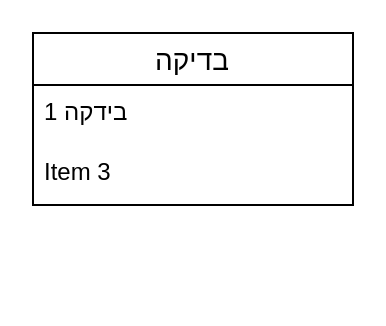
This is תרגיל בית 1 עד ה18.11/Solution_HW1.drawio from Kfir-G/DataBases-ERD_diagrams, a draw.io file, before an edit. Source tidied: cells renumbered, new cells numbered last; positions are measured from the earlier drawing's top-left corner, leaving out a move shared by most shapes. Both pictures are drawn from the tidied source at 200%, with x=0, y=0 at pixel (32, 32).
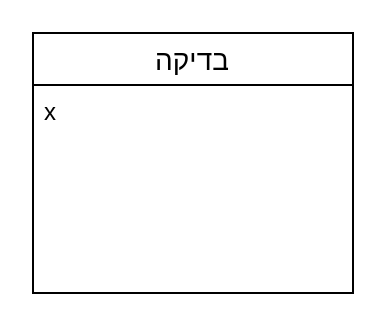
After the change.

Change to the diagram source:
```diff
@@
 <mxGraphModel>
   <root>
     <mxCell id="0" />
     <mxCell id="1" parent="0" />
     <mxCell id="2" value="בדיקה" style="swimlane;fontStyle=0;horizontal=1;startSize=26;align=center;fontSize=14;" parent="1" vertex="1">
-      <mxGeometry width="160" height="86" as="geometry" />
+      <mxGeometry width="160" height="130" as="geometry" />
     </mxCell>
-    <mxCell id="3" value="בידקה 1" style="text;strokeColor=none;fillColor=none;spacingLeft=4;spacingRight=4;overflow=hidden;fontSize=12;" parent="2" vertex="1">
-      <mxGeometry y="26" width="160" height="30" as="geometry" />
+    <mxCell id="3" value="x" style="text;strokeColor=none;fillColor=none;spacingLeft=4;spacingRight=4;overflow=hidden;fontSize=12;" parent="2" vertex="1">
+      <mxGeometry y="26" width="160" height="104" as="geometry" />
     </mxCell>
-    <mxCell id="4" value="Item 3" style="text;strokeColor=none;fillColor=none;spacingLeft=4;spacingRight=4;overflow=hidden;fontSize=12;" parent="2" vertex="1">
-      <mxGeometry y="56" width="160" height="30" as="geometry" />
-    </mxCell>
   </root>
 </mxGraphModel>
```
